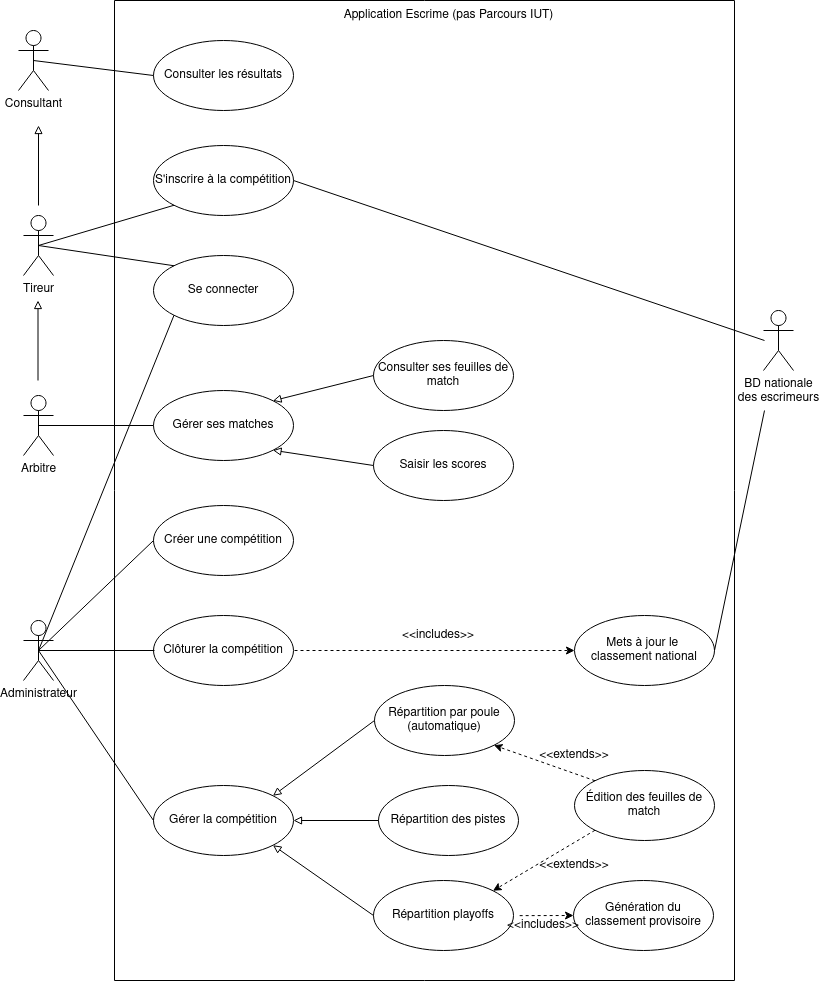
coulontitouan/escrime keeps this draw.io diagram as CEB_CasUtilisation.png. Above is the earlier version. Source tidied: cells renumbered, new cells last; positions are measured from the earlier drawing's top-left corner, leaving out a move shared by most shapes.
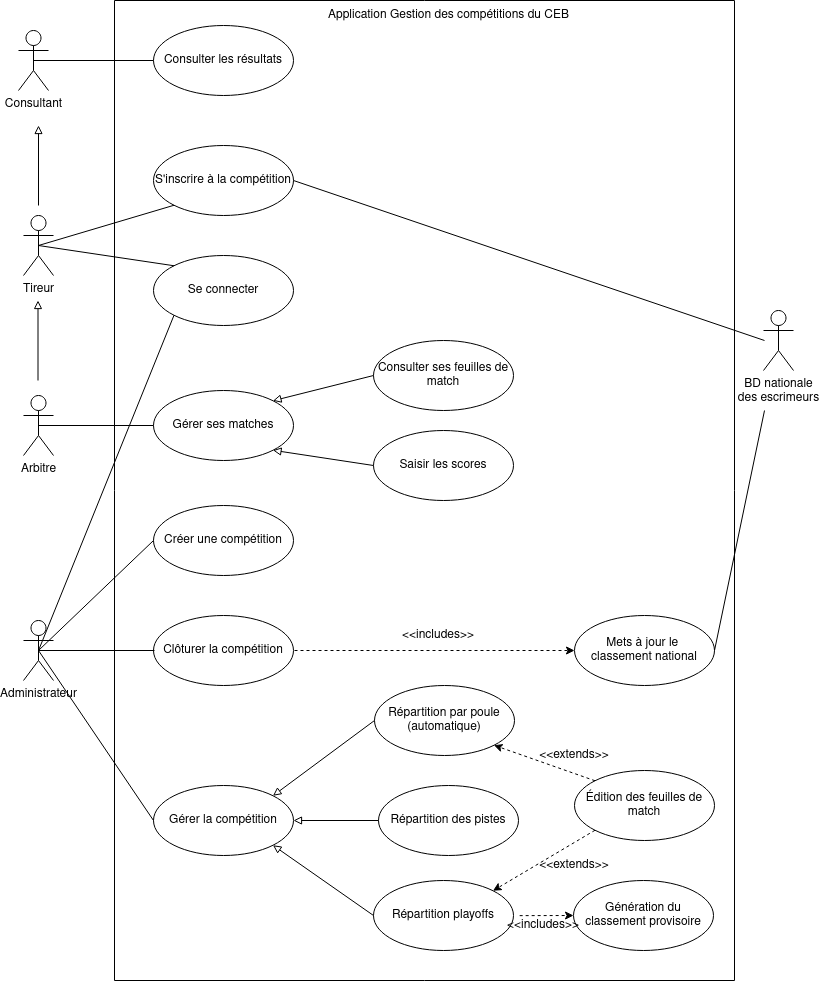
After the change.

Change to the diagram source:
```diff
@@ -5,8 +5,8 @@
     <mxCell id="2" style="swimlane;startSize=0;" parent="1" vertex="1">
       <mxGeometry x="96" width="620" height="980" as="geometry" />
     </mxCell>
-    <mxCell id="3" value="Application Escrime (pas Parcours IUT)" style="text;html=1;align=center;verticalAlign=middle;strokeColor=none;fillColor=none;" parent="2" vertex="1">
-      <mxGeometry x="219" width="230" height="30" as="geometry" />
+    <mxCell id="3" value="Application Gestion des compétitions du CEB" style="text;html=1;align=center;verticalAlign=middle;strokeColor=none;fillColor=none;" parent="2" vertex="1">
+      <mxGeometry x="204" width="260" height="30" as="geometry" />
     </mxCell>
     <mxCell id="4" value="Créer une compétition" style="ellipse;whiteSpace=wrap;html=1;fillColor=#FFFFFF;" parent="2" vertex="1">
       <mxGeometry x="39" y="505" width="140" height="70" as="geometry" />
@@ -15,7 +15,7 @@
       <mxGeometry x="39" y="145" width="140" height="70" as="geometry" />
     </mxCell>
     <mxCell id="6" value="Consulter les résultats" style="ellipse;whiteSpace=wrap;html=1;fillColor=#FFFFFF;fontColor=#000000;strokeColor=#000000;" parent="2" vertex="1">
-      <mxGeometry x="39" y="40" width="140" height="70" as="geometry" />
+      <mxGeometry x="39" y="25" width="140" height="70" as="geometry" />
     </mxCell>
     <mxCell id="7" value="Se connecter" style="ellipse;whiteSpace=wrap;html=1;fillColor=#FFFFFF;" parent="2" vertex="1">
       <mxGeometry x="39" y="255" width="140" height="70" as="geometry" />
```
